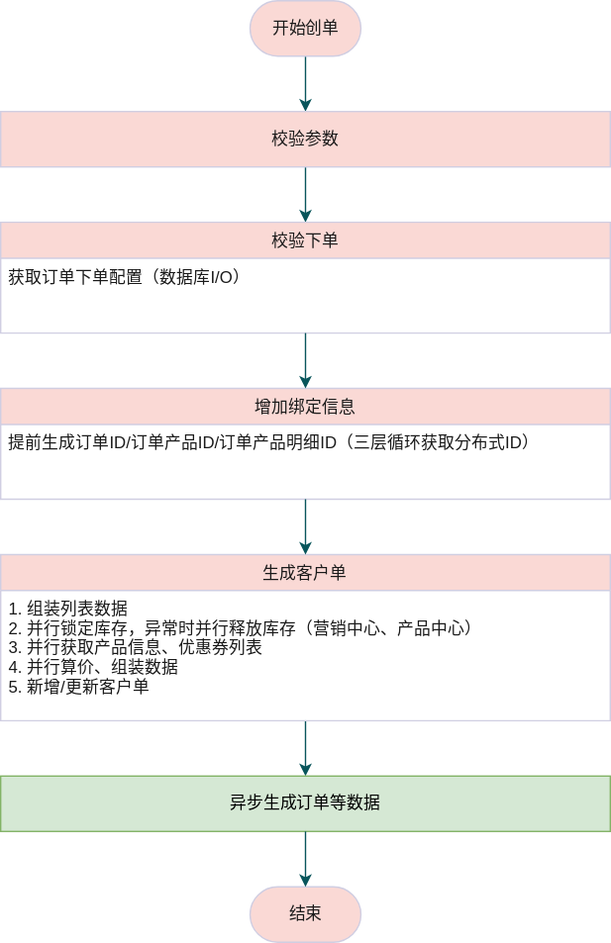
Above: 推单流程.svg in cdwxw/cdwxw (draw.io), before the change. Source tidied: cells renumbered, new cells last; positions are measured from the earlier drawing's top-left corner, leaving out a move shared by most shapes.
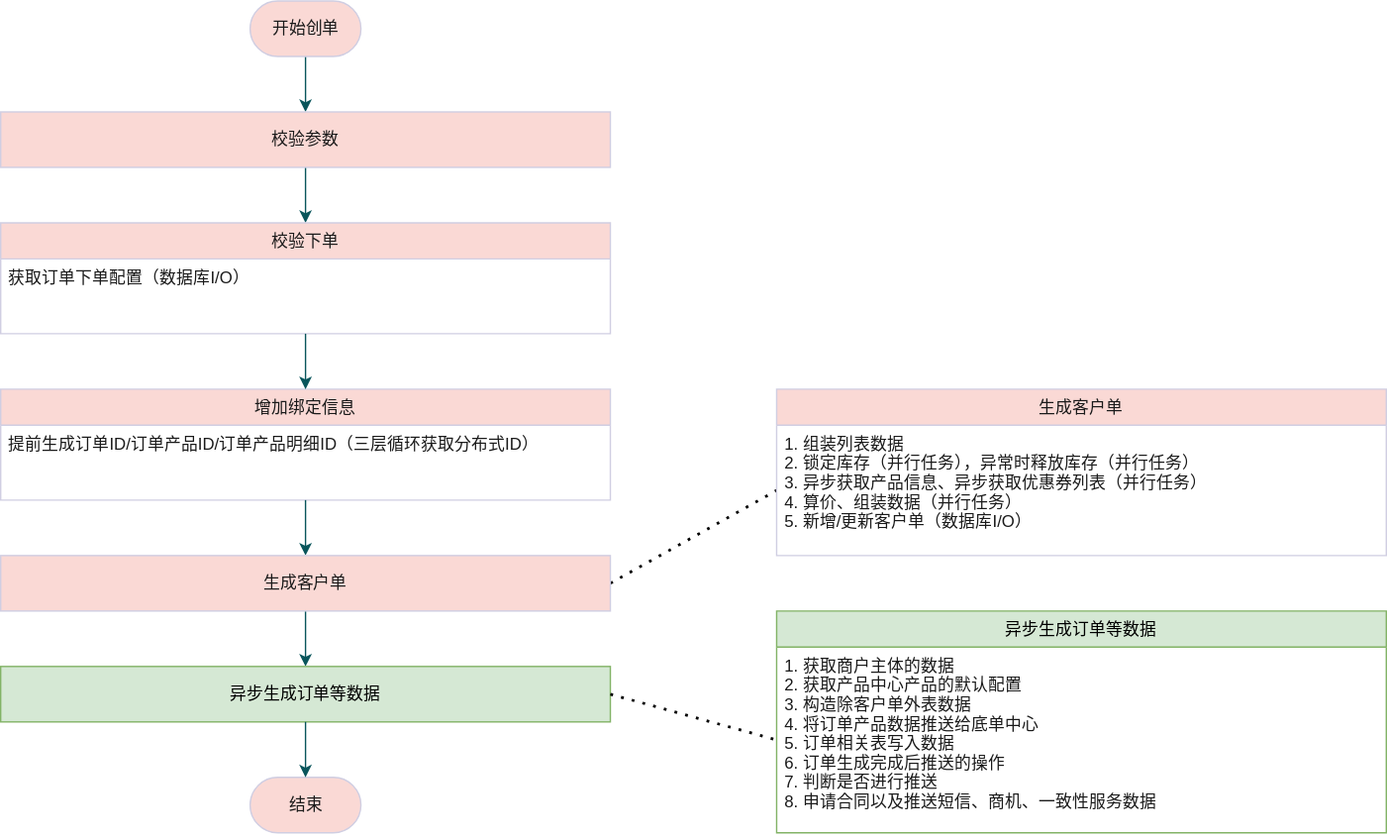
The same file after the commit.

What changed in the source:
```diff
@@ -26,20 +26,14 @@
     <mxCell id="9" value="提前生成订单ID/订单产品ID/订单产品明细ID（三层循环获取分布式ID）" style="text;strokeColor=none;fillColor=none;align=left;verticalAlign=top;spacingLeft=4;spacingRight=4;overflow=hidden;fontColor=#1A1A1A;" parent="8" vertex="1">
       <mxGeometry y="26" width="440" height="54" as="geometry" />
     </mxCell>
-    <mxCell id="10" style="edgeStyle=orthogonalEdgeStyle;curved=0;rounded=1;sketch=0;jettySize=auto;html=1;strokeColor=#09555B;fontColor=#1A1A1A;" parent="1" edge="1" source="11" target="13">
+    <mxCell id="10" style="edgeStyle=orthogonalEdgeStyle;curved=0;rounded=1;sketch=0;jettySize=auto;html=1;strokeColor=#09555B;fontColor=#1A1A1A;exitX=0.5;exitY=1;exitDx=0;exitDy=0;" parent="1" edge="1" source="23" target="13">
       <mxGeometry relative="1" as="geometry" />
     </mxCell>
-    <mxCell id="11" value="生成客户单" style="swimlane;fontStyle=0;horizontal=1;startSize=26;fillColor=#FAD9D5;strokeColor=#D0CEE2;fontColor=#1A1A1A;" parent="1" vertex="1">
-      <mxGeometry y="400" width="440" height="120" as="geometry" />
-    </mxCell>
-    <mxCell id="12" value="1. 组装列表数据&#10;2. 并行锁定库存，异常时并行释放库存（营销中心、产品中心）&#10;3. 并行获取产品信息、优惠券列表&#10;4. 并行算价、组装数据&#10;5. 新增/更新客户单" style="text;strokeColor=none;fillColor=none;align=left;verticalAlign=top;spacingLeft=4;spacingRight=4;overflow=hidden;fontColor=#1A1A1A;" parent="11" vertex="1">
-      <mxGeometry y="26" width="440" height="94" as="geometry" />
-    </mxCell>
     <mxCell id="13" value="异步生成订单等数据" style="whiteSpace=wrap;html=1;fontStyle=0;startSize=26;fillColor=#d5e8d4;strokeColor=#82b366;" parent="1" vertex="1">
-      <mxGeometry y="560" width="440" height="40" as="geometry" />
+      <mxGeometry y="480" width="440" height="40" as="geometry" />
     </mxCell>
     <mxCell id="14" value="结束" style="html=1;dashed=0;whitespace=wrap;shape=mxgraph.dfd.start;rounded=0;sketch=0;fillColor=#FAD9D5;strokeColor=#D0CEE2;fontColor=#1A1A1A;" parent="1" vertex="1">
-      <mxGeometry x="180" y="640" width="80" height="40" as="geometry" />
+      <mxGeometry x="180" y="560" width="80" height="40" as="geometry" />
     </mxCell>
     <mxCell id="15" style="edgeStyle=orthogonalEdgeStyle;curved=0;rounded=1;sketch=0;jettySize=auto;html=1;strokeColor=#09555B;fontColor=#1A1A1A;" parent="1" edge="1" source="13" target="14">
       <mxGeometry relative="1" as="geometry" />
@@ -47,8 +41,29 @@
     <mxCell id="16" style="edgeStyle=orthogonalEdgeStyle;curved=0;rounded=1;sketch=0;jettySize=auto;html=1;strokeColor=#09555B;fontColor=#1A1A1A;" parent="1" edge="1" source="6" target="8">
       <mxGeometry relative="1" as="geometry" />
     </mxCell>
-    <mxCell id="17" style="edgeStyle=orthogonalEdgeStyle;curved=0;rounded=1;sketch=0;jettySize=auto;html=1;strokeColor=#09555B;fontColor=#1A1A1A;" parent="1" edge="1" source="8" target="11">
+    <mxCell id="17" style="edgeStyle=orthogonalEdgeStyle;curved=0;rounded=1;sketch=0;jettySize=auto;html=1;strokeColor=#09555B;fontColor=#1A1A1A;entryX=0.5;entryY=0;entryDx=0;entryDy=0;" parent="1" edge="1" source="8" target="23">
       <mxGeometry relative="1" as="geometry" />
     </mxCell>
+    <mxCell id="18" value="异步生成订单等数据" style="swimlane;fontStyle=0;horizontal=1;startSize=26;fillColor=#d5e8d4;strokeColor=#82b366;" parent="1" vertex="1">
+      <mxGeometry x="560" y="440" width="440" height="160" as="geometry" />
+    </mxCell>
+    <mxCell id="19" value="1. 获取商户主体的数据&#10;2. 获取产品中心产品的默认配置&#10;3. 构造除客户单外表数据&#10;4. 将订单产品数据推送给底单中心&#10;5. 订单相关表写入数据&#10;6. 订单生成完成后推送的操作&#10;7. 判断是否进行推送&#10;8. 申请合同以及推送短信、商机、一致性服务数据" style="text;strokeColor=none;fillColor=none;align=left;verticalAlign=top;spacingLeft=4;spacingRight=4;overflow=hidden;points=[[0,0.5],[1,0.5]];portConstraint=eastwest;fontColor=#1A1A1A;" parent="18" vertex="1">
+      <mxGeometry y="26" width="440" height="134" as="geometry" />
+    </mxCell>
+    <mxCell id="20" style="endArrow=none;dashed=1;html=1;dashPattern=1 3;strokeWidth=2;rounded=0;exitX=1;exitY=0.5;exitDx=0;exitDy=0;entryX=0;entryY=0.5;entryDx=0;entryDy=0;" parent="1" edge="1" source="23" target="22">
+      <mxGeometry relative="1" as="geometry" />
+    </mxCell>
+    <mxCell id="21" style="endArrow=none;dashed=1;html=1;dashPattern=1 3;strokeWidth=2;rounded=0;exitX=1;exitY=0.5;exitDx=0;exitDy=0;entryX=0;entryY=0.5;entryDx=0;entryDy=0;" parent="1" edge="1" source="13" target="19">
+      <mxGeometry relative="1" as="geometry" />
+    </mxCell>
+    <mxCell id="11" value="生成客户单" style="swimlane;fontStyle=0;horizontal=1;startSize=26;fillColor=#FAD9D5;strokeColor=#D0CEE2;fontColor=#1A1A1A;" parent="1" vertex="1">
+      <mxGeometry x="560" y="280" width="440" height="120" as="geometry" />
+    </mxCell>
+    <mxCell id="22" value="1. 组装列表数据&#10;2. 锁定库存（并行任务），异常时释放库存（并行任务）&#10;3. 异步获取产品信息、异步获取优惠券列表（并行任务）&#10;4. 算价、组装数据（并行任务）&#10;5. 新增/更新客户单（数据库I/O）" style="text;strokeColor=none;fillColor=none;align=left;verticalAlign=top;spacingLeft=4;spacingRight=4;overflow=hidden;points=[[0,0.5],[1,0.5]];portConstraint=eastwest;fontColor=#1A1A1A;" parent="11" vertex="1">
+      <mxGeometry y="26" width="440" height="94" as="geometry" />
+    </mxCell>
+    <mxCell id="23" value="&lt;span&gt;生成客户单&lt;/span&gt;" style="whiteSpace=wrap;html=1;dashed=0;fillColor=#FAD9D5;strokeColor=#D0CEE2;fontColor=#1A1A1A;" parent="1" vertex="1">
+      <mxGeometry y="400" width="440" height="40" as="geometry" />
+    </mxCell>
   </root>
 </mxGraphModel>
```
